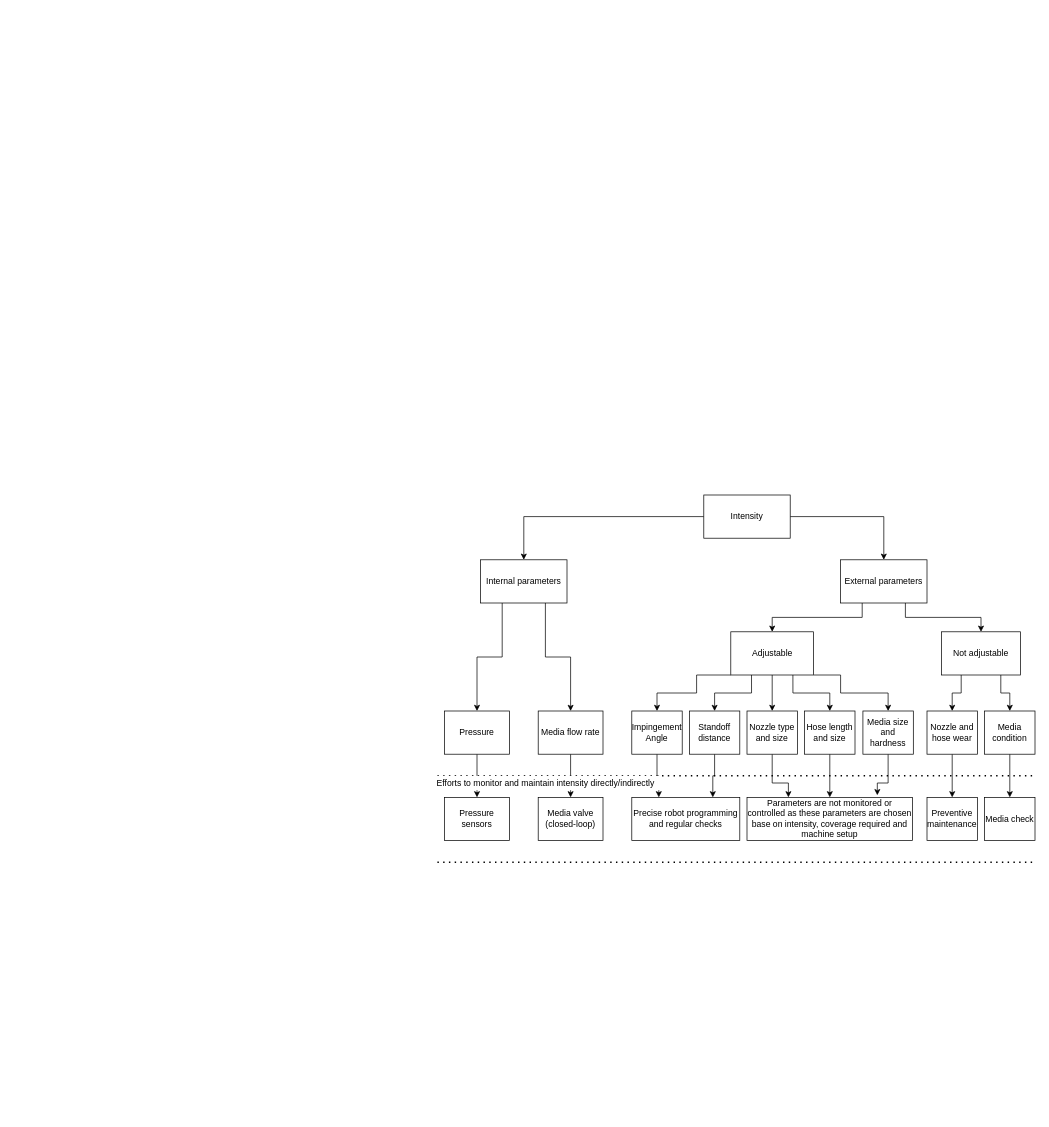
auggie246/SP-Monitoring-stuff keeps this draw.io diagram as SP Monitoring flowchart.drawio. Above is the earlier version. Source tidied: cells renumbered, new cells numbered last; positions are measured from the earlier drawing's top-left corner, leaving out a move shared by most shapes. Both pictures are drawn from the tidied source at 72%, with x=0, y=0 at pixel (430, 495).
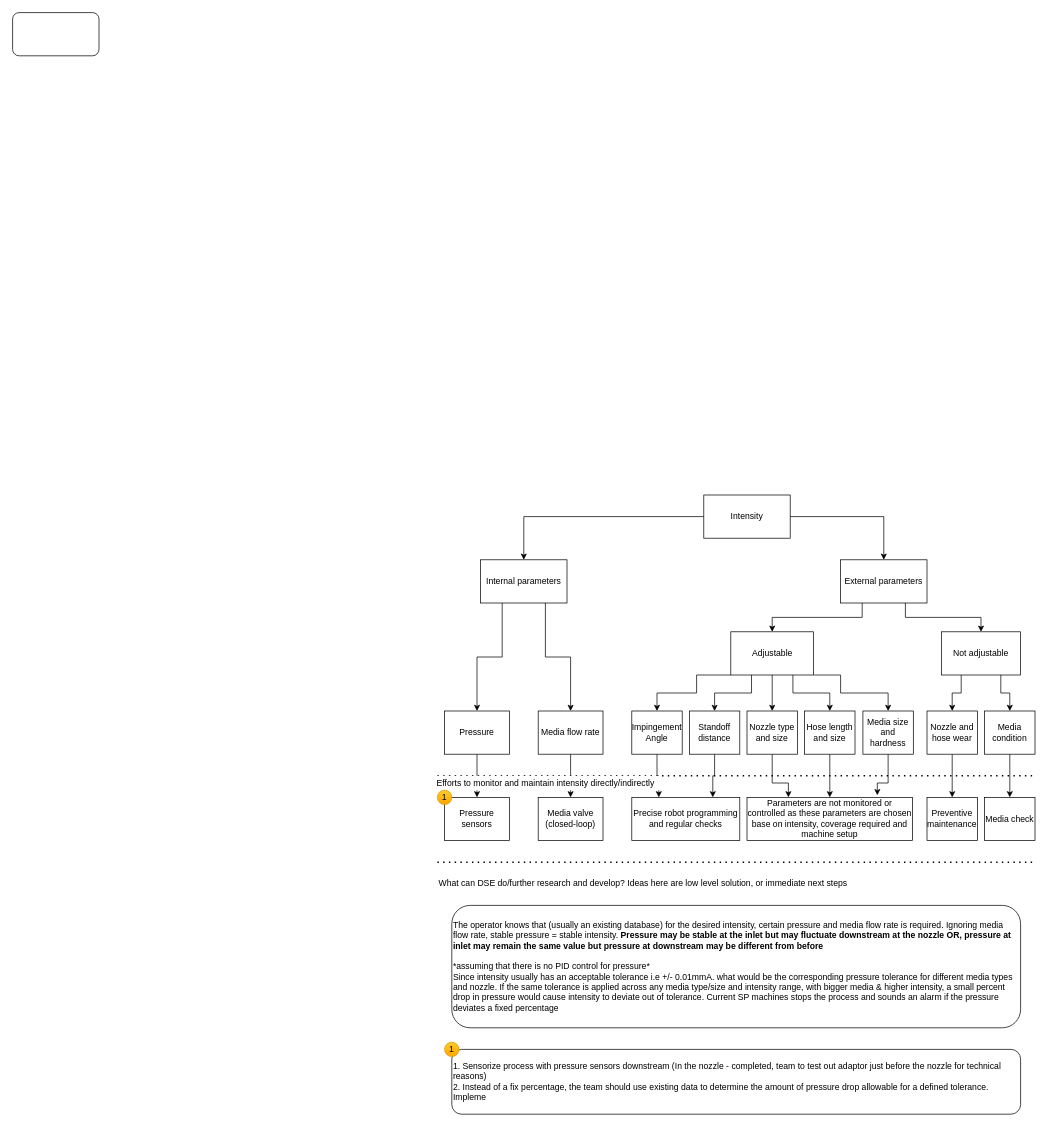
After the change.

The edit, as a diff of the source:
```diff
@@
+    <mxCell id="47" value="1" style="ellipse;whiteSpace=wrap;html=1;fillColor=#ffcd28;gradientColor=#ffa500;strokeColor=#d79b00;" parent="1" vertex="1">
+      <mxGeometry x="10" y="410" width="20" height="20" as="geometry" />
+    </mxCell>
+    <mxCell id="48" value="1. Sensorize process with pressure sensors downstream (In the nozzle - completed, team to test out adaptor just before the nozzle for technical reasons)&lt;br&gt;2. Instead of a fix percentage, the team should use existing data to determine the amount of pressure drop allowable for a defined tolerance. Impleme&amp;nbsp;" style="rounded=1;whiteSpace=wrap;html=1;fillColor=default;align=left;" parent="1" vertex="1">
+      <mxGeometry x="30" y="770" width="790" height="90" as="geometry" />
+    </mxCell>
+    <mxCell id="49" value="What can DSE do/further research and develop? Ideas here are low level solution, or immediate next steps" style="text;html=1;align=left;verticalAlign=middle;strokeColor=none;fillColor=none;" parent="1" vertex="1">
+      <mxGeometry x="10" y="530" width="580" height="20" as="geometry" />
+    </mxCell>
+    <mxCell id="50" value="The operator knows that (usually an existing database) for the desired intensity, certain pressure and media flow rate is required. Ignoring media flow rate, stable pressure = stable intensity. &lt;b&gt;Pressure may be stable at the inlet but may fluctuate downstream at the nozzle OR, pressure at inlet may remain the same value but pressure at downstream may be different from before&lt;/b&gt;&lt;br&gt;&lt;br&gt;*assuming that there is no PID control for pressure*&lt;br&gt;Since intensity usually has an acceptable tolerance i.e +/- 0.01mmA. what would be the corresponding pressure tolerance for different media types and nozzle. If the same tolerance is applied across any media type/size and intensity range, with bigger media &amp;amp; higher intensity, a small percent drop in pressure would cause intensity to deviate out of tolerance. Current SP machines stops the process and sounds an alarm if the pressure deviates a fixed percentage&amp;nbsp;" style="rounded=1;whiteSpace=wrap;html=1;fillColor=default;align=left;" parent="1" vertex="1">
+      <mxGeometry x="30" y="570" width="790" height="170" as="geometry" />
+    </mxCell>
+    <mxCell id="51" value="1" style="ellipse;whiteSpace=wrap;html=1;fillColor=#ffcd28;gradientColor=#ffa500;strokeColor=#d79b00;" parent="1" vertex="1">
+      <mxGeometry x="20" y="760" width="20" height="20" as="geometry" />
+    </mxCell>
+    <mxCell id="52" style="rounded=1;whiteSpace=wrap;html=1;fillColor=default;" parent="1" vertex="1">
+      <mxGeometry x="-580" y="-670" width="120" height="60" as="geometry" />
+    </mxCell>
```
